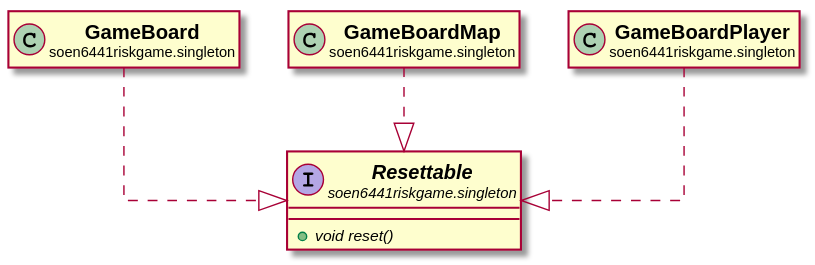
huntertran/soen6441-riskgame keeps this PlantUML diagram as docs/javadocs/soen6441riskgame/singleton/Resettable.svg. Above is the earlier version. Source of this version:
```plantuml
@startuml

skinparam svgLinkTarget _parent
skinparam linetype ortho
set namespaceSeparator none
interface "<b><size:14>Resettable</b>\n<size:10>soen6441riskgame.singleton" as soen6441riskgame.singleton.Resettable  [[../../soen6441riskgame/singleton/Resettable.html{soen6441riskgame.singleton.Resettable}]] {
{abstract} +void reset()
}


class "<b><size:14>GameBoard</b>\n<size:10>soen6441riskgame.singleton" as soen6441riskgame.singleton.GameBoard  [[../../soen6441riskgame/singleton/GameBoard.html{soen6441riskgame.singleton.GameBoard}]] {
}

hide soen6441riskgame.singleton.GameBoard fields
hide soen6441riskgame.singleton.GameBoard methods

soen6441riskgame.singleton.GameBoard ..|> soen6441riskgame.singleton.Resettable

class "<b><size:14>GameBoardMap</b>\n<size:10>soen6441riskgame.singleton" as soen6441riskgame.singleton.GameBoardMap  [[../../soen6441riskgame/singleton/GameBoardMap.html{soen6441riskgame.singleton.GameBoardMap}]] {
}

hide soen6441riskgame.singleton.GameBoardMap fields
hide soen6441riskgame.singleton.GameBoardMap methods

soen6441riskgame.singleton.GameBoardMap ..|> soen6441riskgame.singleton.Resettable

class "<b><size:14>GameBoardPlayer</b>\n<size:10>soen6441riskgame.singleton" as soen6441riskgame.singleton.GameBoardPlayer  [[../../soen6441riskgame/singleton/GameBoardPlayer.html{soen6441riskgame.singleton.GameBoardPlayer}]] {
}

hide soen6441riskgame.singleton.GameBoardPlayer fields
hide soen6441riskgame.singleton.GameBoardPlayer methods

soen6441riskgame.singleton.GameBoardPlayer ..|> soen6441riskgame.singleton.Resettable


@enduml
```
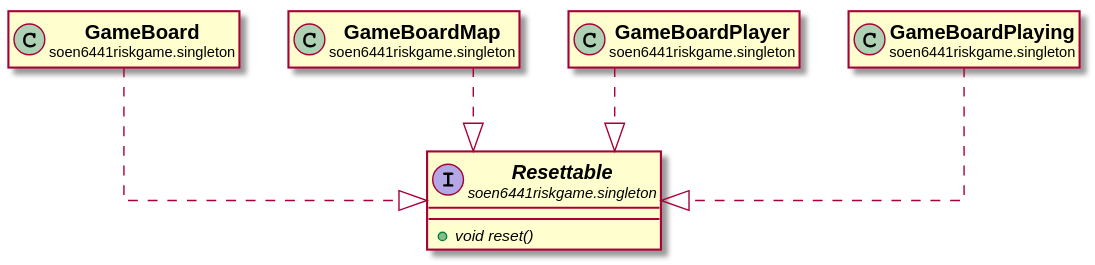
After the change.

What changed in the source:
```diff
@@ -32,5 +32,13 @@
 
 soen6441riskgame.singleton.GameBoardPlayer ..|> soen6441riskgame.singleton.Resettable
 
+class "<b><size:14>GameBoardPlaying</b>\n<size:10>soen6441riskgame.singleton" as soen6441riskgame.singleton.GameBoardPlaying  [[../../soen6441riskgame/singleton/GameBoardPlaying.html{soen6441riskgame.singleton.GameBoardPlaying}]] {
+}
+
+hide soen6441riskgame.singleton.GameBoardPlaying fields
+hide soen6441riskgame.singleton.GameBoardPlaying methods
+
+soen6441riskgame.singleton.GameBoardPlaying ..|> soen6441riskgame.singleton.Resettable
+
 
 @enduml
```
